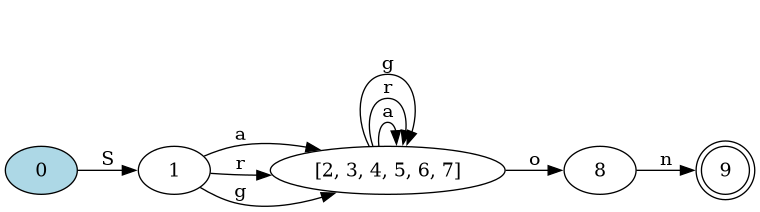
Earlier version of the Graphviz export Min-DFA.png (Daniel-Sima/Clone-of-the-egrep-UNIX-command). Its source is kept beside it as Min-DFA.dot.
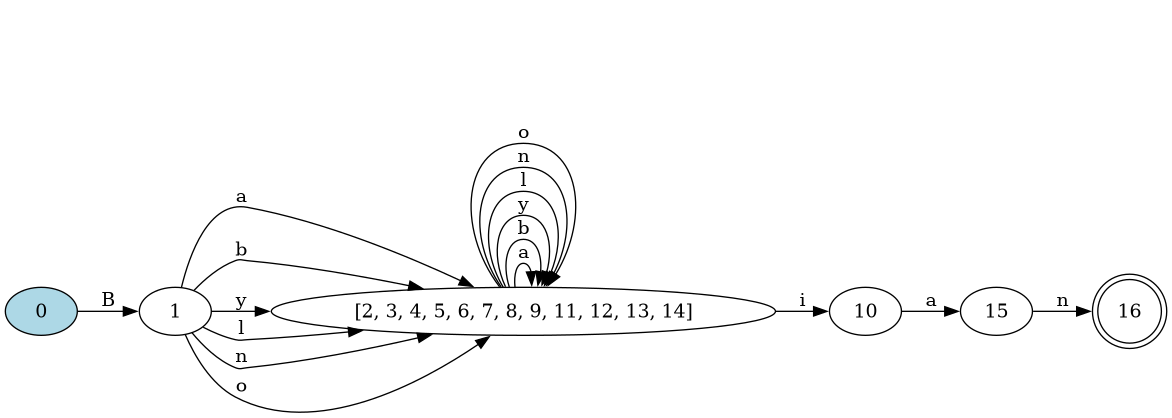
The same file after the commit.

Diff of the diagram source:
```diff
@@ -1,16 +1,23 @@
 digraph {
 	rankdir=LR;
 
-	"9" [shape=doublecircle]
+	"16" [shape=doublecircle]
 	0 [style=filled, fillcolor="lightblue"]
 
-	0->1 [label= "S"];
-	8->9 [label= "n"];
-	1->"[2, 3, 4, 5, 6, 7]" [label= "a"];
-	1->"[2, 3, 4, 5, 6, 7]" [label= "r"];
-	1->"[2, 3, 4, 5, 6, 7]" [label= "g"];
-	"[2, 3, 4, 5, 6, 7]"->"[2, 3, 4, 5, 6, 7]" [label= "a"];
-	"[2, 3, 4, 5, 6, 7]"->"[2, 3, 4, 5, 6, 7]" [label= "r"];
-	"[2, 3, 4, 5, 6, 7]"->"[2, 3, 4, 5, 6, 7]" [label= "g"];
-	"[2, 3, 4, 5, 6, 7]"->8 [label= "o"];
+	0->1 [label= "B"];
+	15->16 [label= "n"];
+	10->15 [label= "a"];
+	"[2, 3, 4, 5, 6, 7, 8, 9, 11, 12, 13, 14]"->"[2, 3, 4, 5, 6, 7, 8, 9, 11, 12, 13, 14]" [label= "a"];
+	"[2, 3, 4, 5, 6, 7, 8, 9, 11, 12, 13, 14]"->"[2, 3, 4, 5, 6, 7, 8, 9, 11, 12, 13, 14]" [label= "b"];
+	"[2, 3, 4, 5, 6, 7, 8, 9, 11, 12, 13, 14]"->10 [label= "i"];
+	"[2, 3, 4, 5, 6, 7, 8, 9, 11, 12, 13, 14]"->"[2, 3, 4, 5, 6, 7, 8, 9, 11, 12, 13, 14]" [label= "y"];
+	"[2, 3, 4, 5, 6, 7, 8, 9, 11, 12, 13, 14]"->"[2, 3, 4, 5, 6, 7, 8, 9, 11, 12, 13, 14]" [label= "l"];
+	"[2, 3, 4, 5, 6, 7, 8, 9, 11, 12, 13, 14]"->"[2, 3, 4, 5, 6, 7, 8, 9, 11, 12, 13, 14]" [label= "n"];
+	"[2, 3, 4, 5, 6, 7, 8, 9, 11, 12, 13, 14]"->"[2, 3, 4, 5, 6, 7, 8, 9, 11, 12, 13, 14]" [label= "o"];
+	1->"[2, 3, 4, 5, 6, 7, 8, 9, 11, 12, 13, 14]" [label= "a"];
+	1->"[2, 3, 4, 5, 6, 7, 8, 9, 11, 12, 13, 14]" [label= "b"];
+	1->"[2, 3, 4, 5, 6, 7, 8, 9, 11, 12, 13, 14]" [label= "y"];
+	1->"[2, 3, 4, 5, 6, 7, 8, 9, 11, 12, 13, 14]" [label= "l"];
+	1->"[2, 3, 4, 5, 6, 7, 8, 9, 11, 12, 13, 14]" [label= "n"];
+	1->"[2, 3, 4, 5, 6, 7, 8, 9, 11, 12, 13, 14]" [label= "o"];
 }
```
